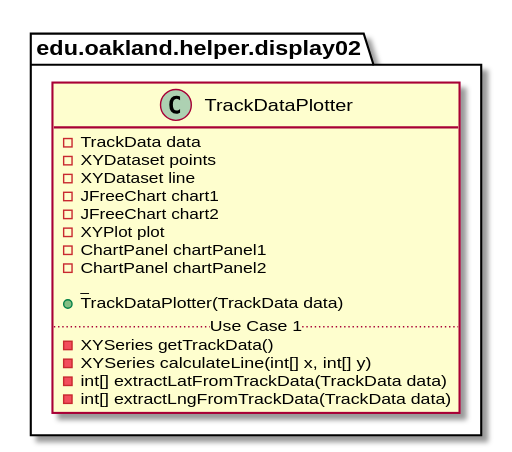
The PlantUML diagram docs/uml-class-diagrams/display02/helper/Display02HelperPackage_InternalDependencies.svg in andrewdimmer/csi-3370-software-project, before a commit.
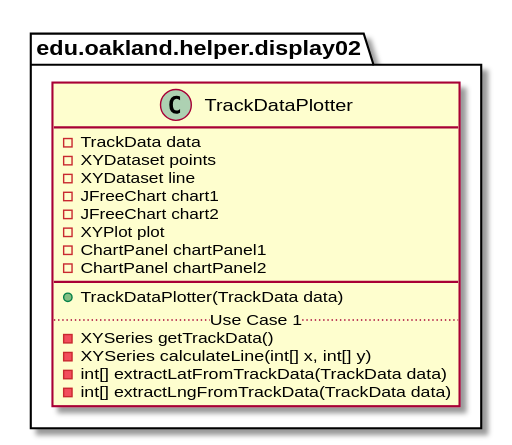
After the change.

What changed in the source:
```diff
@@ -15,7 +15,7 @@
         - XYPlot plot
         - ChartPanel chartPanel1
         - ChartPanel chartPanel2
-        _
+        __
         + TrackDataPlotter(TrackData data)
         .. Use Case 1 ..
         - XYSeries getTrackData()
```
